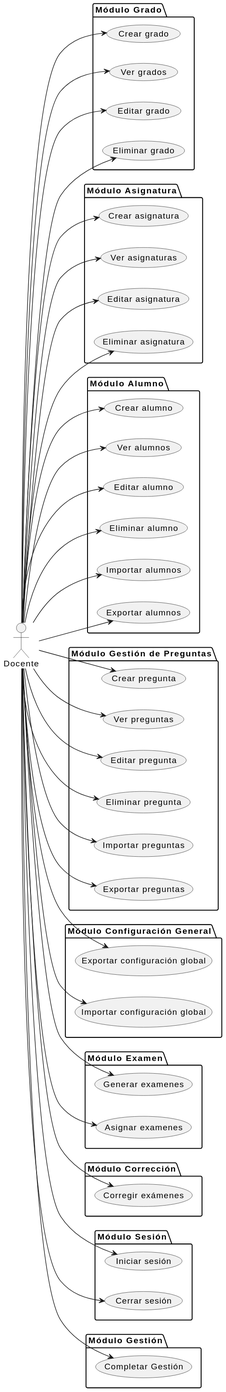
Before: documents/casos-de-uso/encontrarActoresYCasosDeUso/actoresYCasosDeUso-docente.svg, a diagram exported from PlantUML (martinlopez7/25-26-IdSw1-SdR). Its diagram source:
```plantuml
@startuml
left to right direction

actor "Docente" as doc

package "Módulo Grado" {
  usecase "Crear grado" as UC1
  usecase "Ver grados" as UC2
  usecase "Editar grado" as UC3
  usecase "Eliminar grado" as UC4
}

package "Módulo Asignatura" {
  usecase "Crear asignatura" as UC5
  usecase "Ver asignaturas" as UC6
  usecase "Editar asignatura" as UC7
  usecase "Eliminar asignatura" as UC8
}

package "Módulo Alumno" {
  usecase "Crear alumno" as UC9
  usecase "Ver alumnos" as UC10
  usecase "Editar alumno" as UC11
  usecase "Eliminar alumno" as UC12
   usecase "Importar alumnos" as UC19
   usecase "Exportar alumnos" as UC17
}



package "Módulo Gestión de Preguntas" {
  usecase "Crear pregunta" as UC20
  usecase "Ver preguntas" as UC21
  usecase "Editar pregunta" as UC22
  usecase "Eliminar pregunta" as UC23
  usecase "Importar preguntas" as UC24
  usecase "Exportar preguntas" as UC25
}

package "Módulo Configuración General" {
  usecase "Exportar configuración global" as UC26
  usecase "Importar configuración global" as UC27
}

package "Módulo Examen" {
  usecase "Generar examenes" as UC28
  usecase "Asignar examenes" as UC29

}

package "Módulo Corrección" {
  usecase "Corregir exámenes" as UC31
}

package "Módulo Sesión" {
  usecase "Iniciar sesión" as UC41
  usecase "Cerrar sesión" as UC42
}

package "Módulo Gestión" {
  usecase "Completar Gestión" as UC13

}

doc --> UC1
doc --> UC2
doc --> UC3
doc --> UC4
doc --> UC5
doc --> UC6
doc --> UC7
doc --> UC8
doc --> UC9
doc --> UC10
doc --> UC11
doc --> UC12
doc --> UC13
doc --> UC17
doc --> UC19
doc --> UC20
doc --> UC21
doc --> UC22
doc --> UC23
doc --> UC24
doc --> UC25
doc --> UC26
doc --> UC27
doc --> UC28
doc --> UC29
doc --> UC31
doc --> UC41
doc --> UC42
@enduml
```
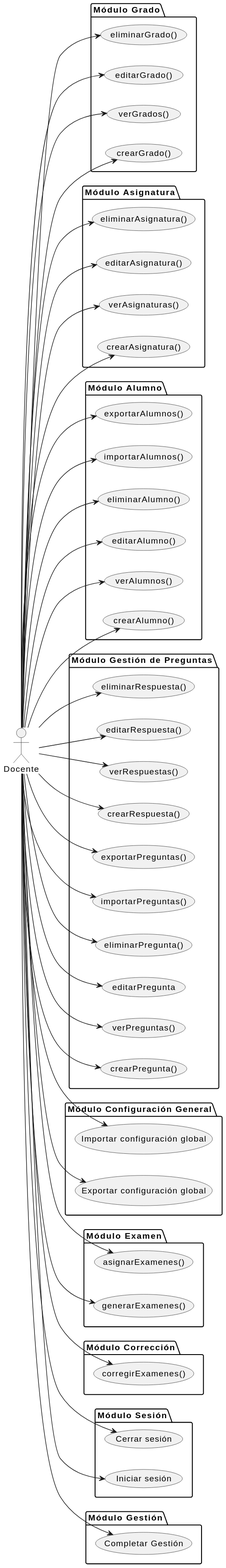
After the commit.

Commit message:
feat(cu): Añade src casos de uso CRUD para "Respuesta" para el actor Docente y normaliza el nombre de todos los casos de uso [refs #69]

Diff of the diagram source:
```diff
@@ -4,37 +4,41 @@
 actor "Docente" as doc
 
 package "Módulo Grado" {
-  usecase "Crear grado" as UC1
-  usecase "Ver grados" as UC2
-  usecase "Editar grado" as UC3
-  usecase "Eliminar grado" as UC4
+  usecase "crearGrado()" as UC1
+  usecase "verGrados()" as UC2
+  usecase "editarGrado()" as UC3
+  usecase "eliminarGrado()" as UC4
 }
 
 package "Módulo Asignatura" {
-  usecase "Crear asignatura" as UC5
-  usecase "Ver asignaturas" as UC6
-  usecase "Editar asignatura" as UC7
-  usecase "Eliminar asignatura" as UC8
+  usecase "crearAsignatura()" as UC5
+  usecase "verAsignaturas()" as UC6
+  usecase "editarAsignatura()" as UC7
+  usecase "eliminarAsignatura()" as UC8
 }
 
 package "Módulo Alumno" {
-  usecase "Crear alumno" as UC9
-  usecase "Ver alumnos" as UC10
-  usecase "Editar alumno" as UC11
-  usecase "Eliminar alumno" as UC12
-   usecase "Importar alumnos" as UC19
-   usecase "Exportar alumnos" as UC17
+  usecase "crearAlumno()" as UC9
+  usecase "verAlumnos()" as UC10
+  usecase "editarAlumno()" as UC11
+  usecase "eliminarAlumno()" as UC12
+   usecase "importarAlumnos()" as UC19
+   usecase "exportarAlumnos()" as UC17
 }
 
 
 
 package "Módulo Gestión de Preguntas" {
-  usecase "Crear pregunta" as UC20
-  usecase "Ver preguntas" as UC21
-  usecase "Editar pregunta" as UC22
-  usecase "Eliminar pregunta" as UC23
-  usecase "Importar preguntas" as UC24
-  usecase "Exportar preguntas" as UC25
+  usecase "crearPregunta()" as UC20
+  usecase "verPreguntas()" as UC21
+  usecase "editarPregunta" as UC22
+  usecase "eliminarPregunta()" as UC23
+  usecase "importarPreguntas()" as UC24
+  usecase "exportarPreguntas()" as UC25
+ usecase "crearRespuesta()" as UC32
+  usecase "verRespuestas()" as UC33
+  usecase "editarRespuesta()" as UC34
+  usecase "eliminarRespuesta()" as UC35
 }
 
 package "Módulo Configuración General" {
@@ -43,13 +47,13 @@
 }
 
 package "Módulo Examen" {
-  usecase "Generar examenes" as UC28
-  usecase "Asignar examenes" as UC29
+  usecase "generarExamenes()" as UC28
+  usecase "asignarExamenes()" as UC29
 
 }
 
 package "Módulo Corrección" {
-  usecase "Corregir exámenes" as UC31
+  usecase "corregirExamenes()" as UC31
 }
 
 package "Módulo Sesión" {
@@ -88,6 +92,10 @@
 doc --> UC28
 doc --> UC29
 doc --> UC31
+doc --> UC32
+doc --> UC33
+doc --> UC34
+doc --> UC35
 doc --> UC41
 doc --> UC42
 @enduml
```
